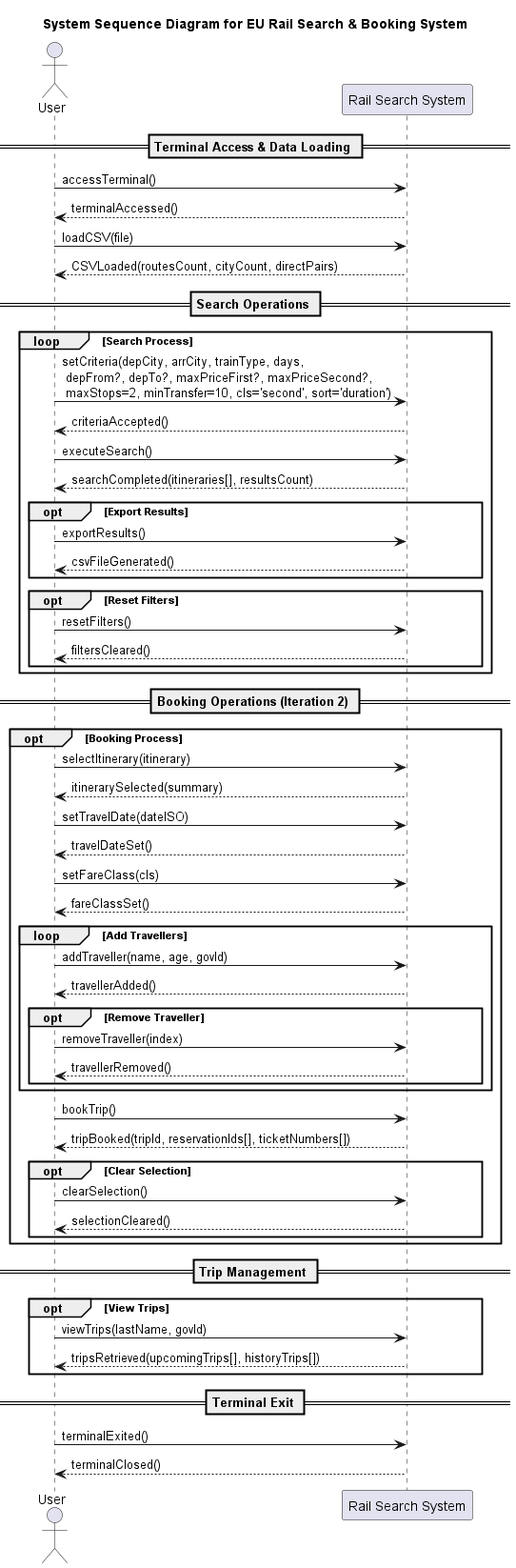
This is docs/Artifacts/SystemSequenceDiagram.png from nicolas-zampieri/SOEN342, a PlantUML export, as it was before one commit.
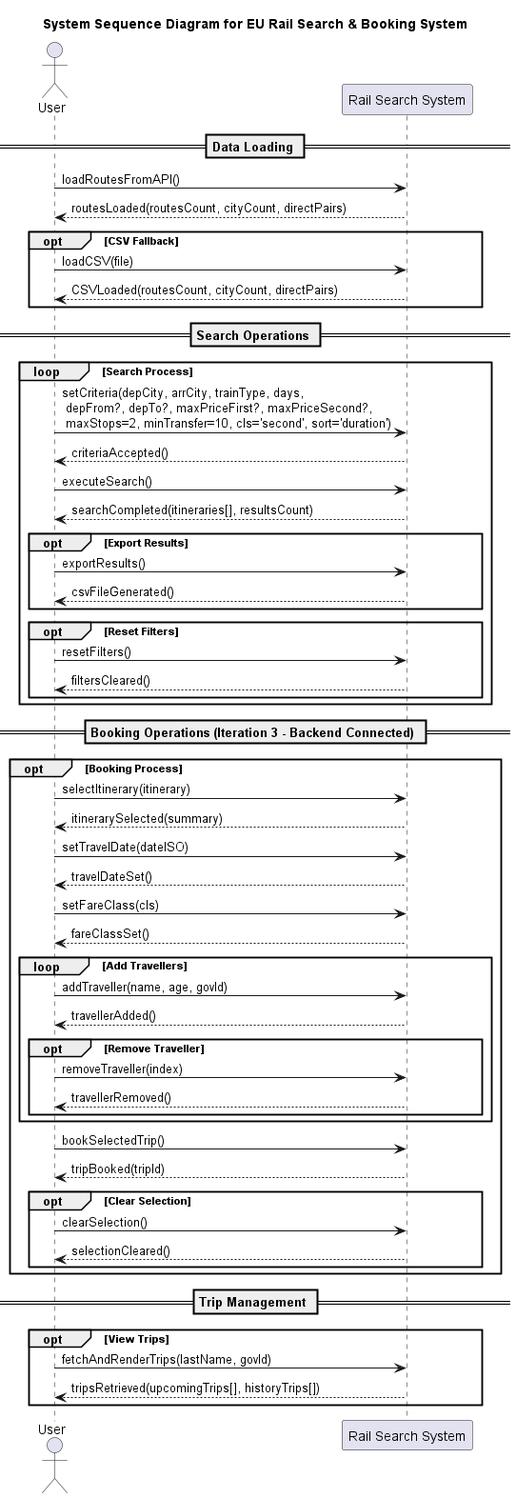
After the change.

Change to the diagram source:
```diff
@@ -4,12 +4,14 @@
 actor User as U
 participant "Rail Search System" as System
 
-== Terminal Access & Data Loading ==
-U -> System : accessTerminal()
-System --> U : terminalAccessed()
+== Data Loading ==
+U -> System : loadRoutesFromAPI()
+System --> U : routesLoaded(routesCount, cityCount, directPairs)
 
-U -> System : loadCSV(file)
-System --> U : CSVLoaded(routesCount, cityCount, directPairs)
+opt CSV Fallback
+    U -> System : loadCSV(file)
+    System --> U : CSVLoaded(routesCount, cityCount, directPairs)
+end
 
 == Search Operations ==
 loop Search Process
@@ -30,7 +32,7 @@
     end
 end
 
-== Booking Operations (Iteration 2) ==
+== Booking Operations (Iteration 3 - Backend Connected) ==
 opt Booking Process
     U -> System : selectItinerary(itinerary)
     System --> U : itinerarySelected(summary)
@@ -51,8 +53,8 @@
         end
     end
 
-    U -> System : bookTrip()
-    System --> U : tripBooked(tripId, reservationIds[], ticketNumbers[])
+    U -> System : bookSelectedTrip()
+    System --> U : tripBooked(tripId)
 
     opt Clear Selection
         U -> System : clearSelection()
@@ -62,12 +64,8 @@
 
 == Trip Management ==
 opt View Trips
-    U -> System : viewTrips(lastName, govId)
+    U -> System : fetchAndRenderTrips(lastName, govId)
     System --> U : tripsRetrieved(upcomingTrips[], historyTrips[])
 end
 
-== Terminal Exit ==
-U -> System : terminalExited()
-System --> U : terminalClosed()
-
 @enduml
```
